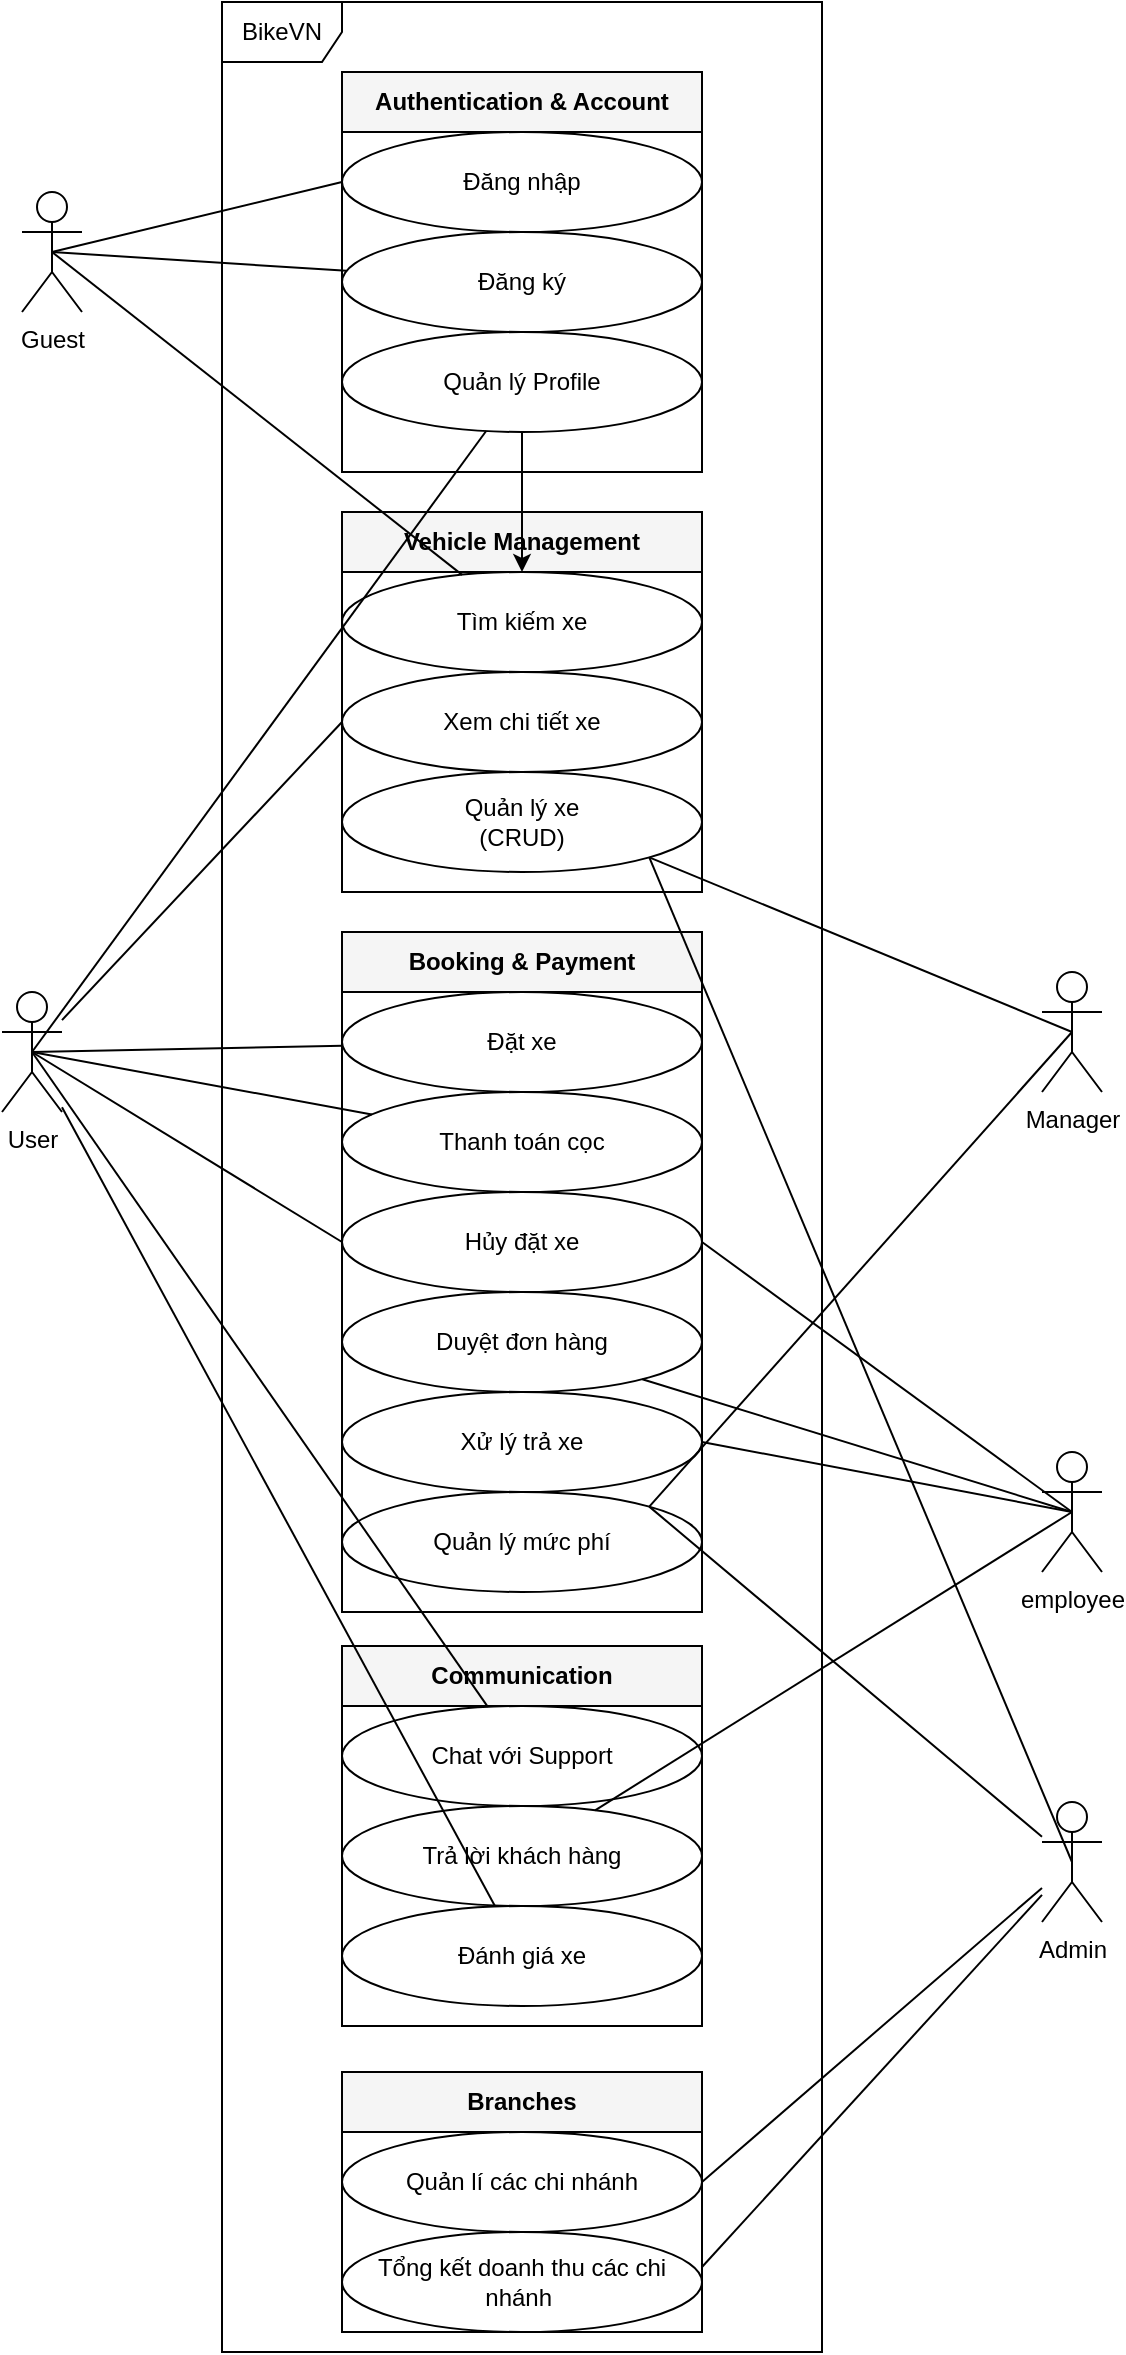
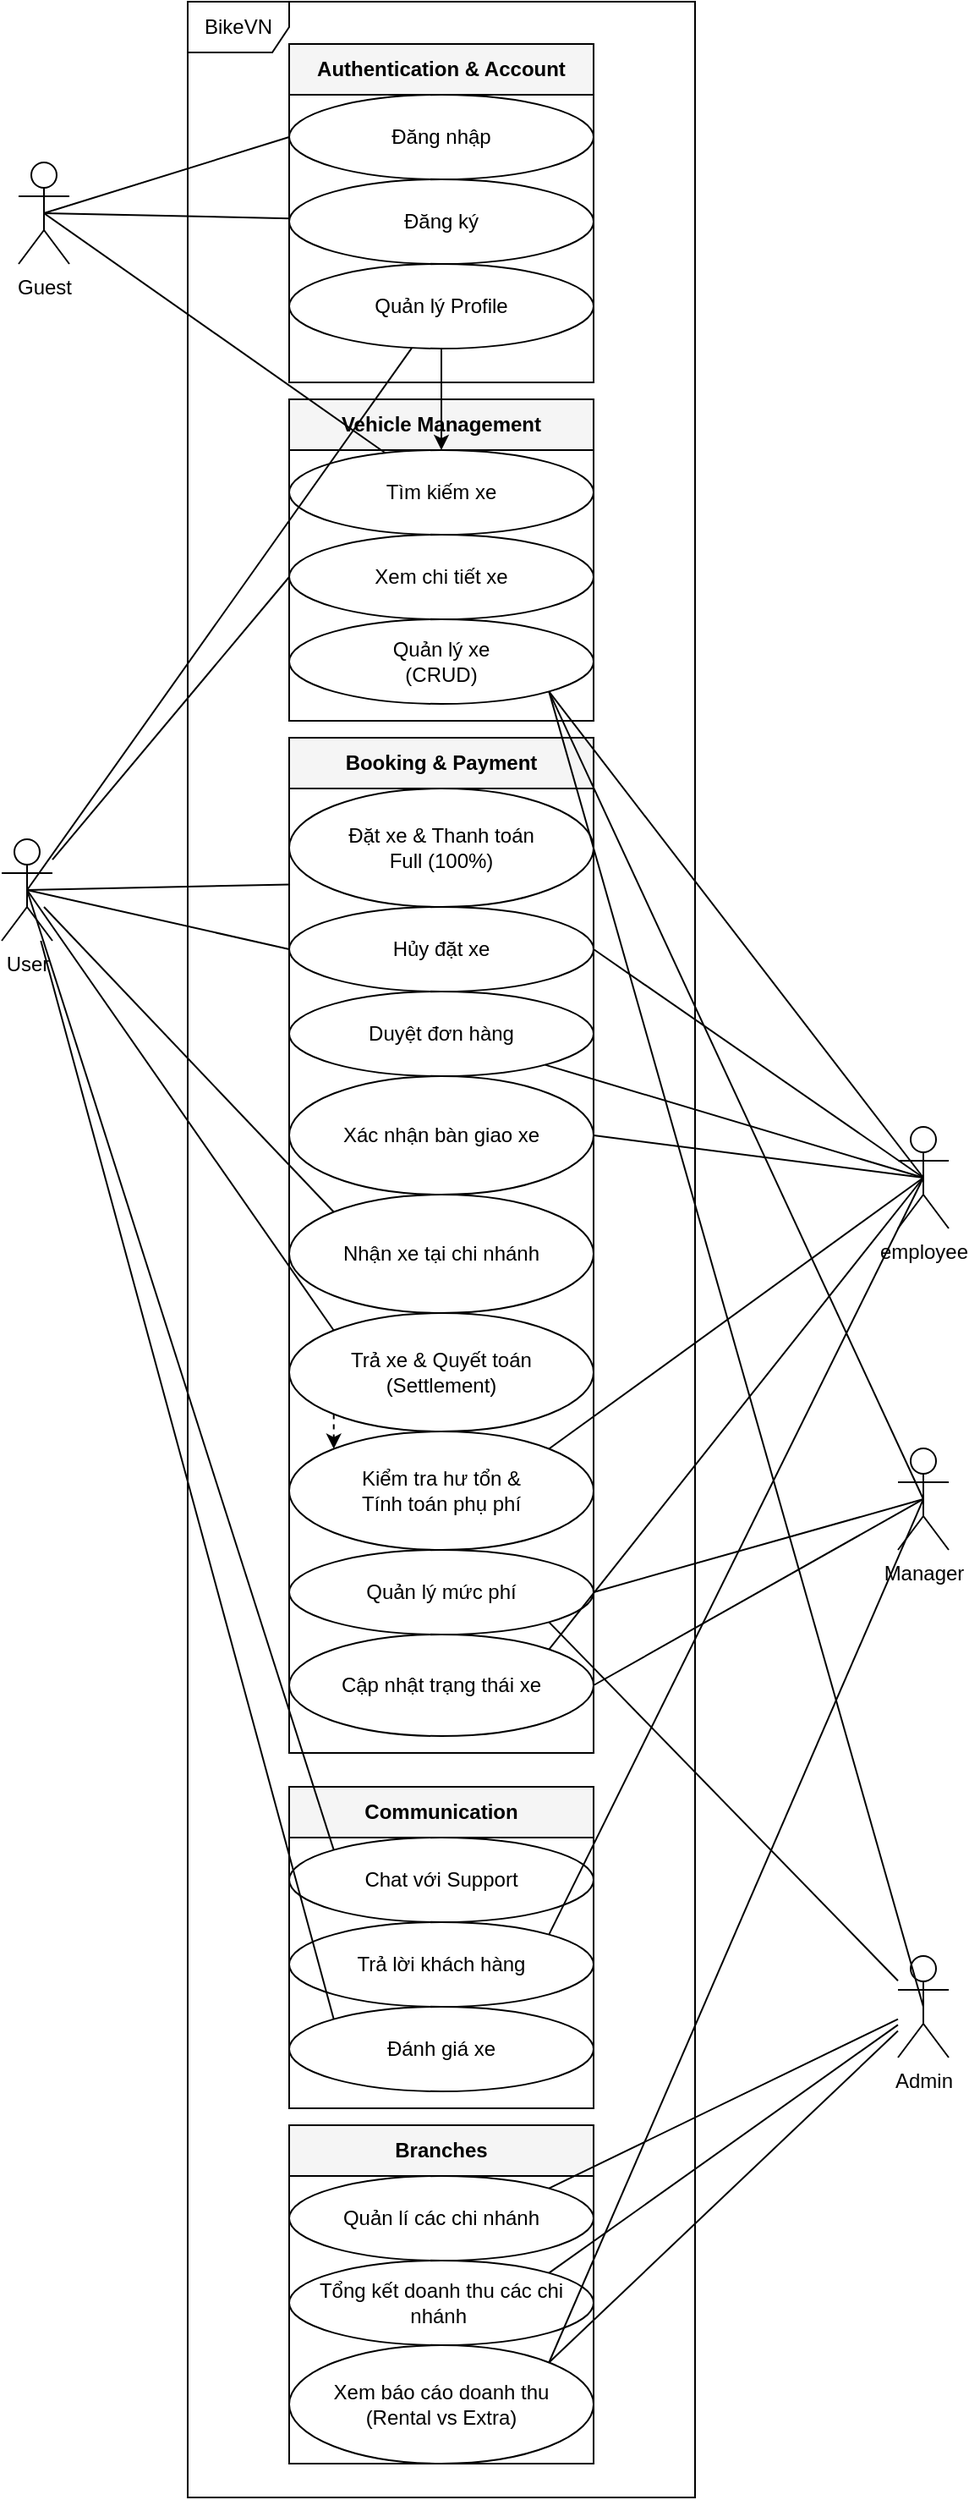
<mxfile host="app.diagrams.net">
  <diagram id="OoWhoR1UaOR4QzUF8jWs" name="Page-1">
    <mxGraphModel grid="1" page="1" gridSize="10" guides="1" tooltips="1" connect="1" arrows="1" fold="1" pageScale="1" pageWidth="1169" pageHeight="827" math="0" shadow="0">
      <root>
        <mxCell id="0" />
        <mxCell id="1" parent="0" />
        <mxCell id="guest" parent="1" style="shape=umlActor;verticalLabelPosition=bottom;verticalAlign=top;html=1;outlineConnect=0;" value="Guest" vertex="1">
          <mxGeometry height="60" width="30" x="50" y="100" as="geometry" />
        </mxCell>
        <mxCell id="user" parent="1" style="shape=umlActor;verticalLabelPosition=bottom;verticalAlign=top;html=1;outlineConnect=0;" value="User" vertex="1">
          <mxGeometry height="60" width="30" x="40" y="500" as="geometry" />
        </mxCell>
        <mxCell id="staff" parent="1" style="shape=umlActor;verticalLabelPosition=bottom;verticalAlign=top;html=1;outlineConnect=0;" value="employee" vertex="1">
-           <mxGeometry height="60" width="30" x="560" y="730" as="geometry" />
+           <mxGeometry height="60" width="30" x="570" y="670" as="geometry" />
        </mxCell>
        <mxCell id="manager" parent="1" style="shape=umlActor;verticalLabelPosition=bottom;verticalAlign=top;html=1;outlineConnect=0;" value="Manager" vertex="1">
-           <mxGeometry height="60" width="30" x="560" y="490" as="geometry" />
+           <mxGeometry height="60" width="30" x="570" y="860" as="geometry" />
        </mxCell>
        <mxCell id="admin" parent="1" style="shape=umlActor;verticalLabelPosition=bottom;verticalAlign=top;html=1;outlineConnect=0;" value="Admin" vertex="1">
-           <mxGeometry height="60" width="30" x="560" y="905" as="geometry" />
+           <mxGeometry height="60" width="30" x="570" y="1160" as="geometry" />
        </mxCell>
        <mxCell id="b_auth" parent="1" style="swimlane;whiteSpace=wrap;html=1;childLayout=stackLayout;horizontal=1;startSize=30;horizontalStack=0;collapsible=1;container=1;arcSize=10;fillColor=#f5f5f5;" value="Authentication &amp; Account" vertex="1">
-           <mxGeometry height="200" width="180" x="210" y="40" as="geometry" />
+           <mxGeometry height="200" width="180" x="210" y="30" as="geometry" />
        </mxCell>
        <mxCell id="uc_login" parent="b_auth" style="ellipse;whiteSpace=wrap;html=1;fillColor=#ffffff;strokeColor=#000000;" value="Đăng nhập" vertex="1">
          <mxGeometry height="50" width="180" y="30" as="geometry" />
        </mxCell>
        <mxCell id="uc_reg" parent="b_auth" style="ellipse;whiteSpace=wrap;html=1;fillColor=#ffffff;strokeColor=#000000;" value="Đăng ký" vertex="1">
          <mxGeometry height="50" width="180" y="80" as="geometry" />
        </mxCell>
        <mxCell id="uc_prof" parent="b_auth" style="ellipse;whiteSpace=wrap;html=1;fillColor=#ffffff;strokeColor=#000000;" value="Quản lý Profile" vertex="1">
          <mxGeometry height="50" width="180" y="130" as="geometry" />
        </mxCell>
        <mxCell id="b_veh" parent="1" style="swimlane;whiteSpace=wrap;html=1;childLayout=stackLayout;horizontal=1;startSize=30;horizontalStack=0;collapsible=1;container=1;arcSize=10;fillColor=#f5f5f5;" value="Vehicle Management" vertex="1">
-           <mxGeometry height="190" width="180" x="210" y="260" as="geometry" />
+           <mxGeometry height="190" width="180" x="210" y="240" as="geometry" />
        </mxCell>
        <mxCell id="uc_browse" parent="b_veh" style="ellipse;whiteSpace=wrap;html=1;fillColor=#ffffff;strokeColor=#000000;" value="Tìm kiếm xe" vertex="1">
          <mxGeometry height="50" width="180" y="30" as="geometry" />
        </mxCell>
        <mxCell id="uc_vdetails" parent="b_veh" style="ellipse;whiteSpace=wrap;html=1;fillColor=#ffffff;strokeColor=#000000;" value="Xem chi tiết xe" vertex="1">
          <mxGeometry height="50" width="180" y="80" as="geometry" />
        </mxCell>
        <mxCell id="uc_vmgmt" parent="b_veh" style="ellipse;whiteSpace=wrap;html=1;fillColor=#ffffff;strokeColor=#000000;" value="Quản lý xe&#xa;(CRUD)" vertex="1">
          <mxGeometry height="50" width="180" y="130" as="geometry" />
        </mxCell>
        <mxCell id="b_book" parent="1" style="swimlane;whiteSpace=wrap;html=1;childLayout=stackLayout;horizontal=1;startSize=30;horizontalStack=0;collapsible=1;container=1;arcSize=10;fillColor=#f5f5f5;" value="Booking &amp; Payment" vertex="1">
-           <mxGeometry height="340" width="180" x="210" y="470" as="geometry" />
-         </mxCell>
-         <mxCell id="uc_book" parent="b_book" style="ellipse;whiteSpace=wrap;html=1;fillColor=#ffffff;strokeColor=#000000;" value="Đặt xe" vertex="1">
-           <mxGeometry height="50" width="180" y="30" as="geometry" />
-         </mxCell>
-         <mxCell id="uc_pay" parent="b_book" style="ellipse;whiteSpace=wrap;html=1;fillColor=#ffffff;strokeColor=#000000;" value="Thanh toán cọc" vertex="1">
-           <mxGeometry height="50" width="180" y="80" as="geometry" />
+           <mxGeometry height="600" width="180" x="210" y="440" as="geometry" />
+         </mxCell>
+         <mxCell id="lnEYl_G1FUwEZDek9z6X-2" parent="b_book" style="ellipse;whiteSpace=wrap;html=1;" value="Đặt xe &amp; Thanh toán&#xa;Full (100%)" vertex="1">
+           <mxGeometry height="70" width="180" y="30" as="geometry" />
        </mxCell>
        <mxCell id="uc_cancel" parent="b_book" style="ellipse;whiteSpace=wrap;html=1;fillColor=#ffffff;strokeColor=#000000;" value="Hủy đặt xe" vertex="1">
-           <mxGeometry height="50" width="180" y="130" as="geometry" />
+           <mxGeometry height="50" width="180" y="100" as="geometry" />
        </mxCell>
        <mxCell id="uc_approve" parent="b_book" style="ellipse;whiteSpace=wrap;html=1;fillColor=#ffffff;strokeColor=#000000;" value="Duyệt đơn hàng" vertex="1">
-           <mxGeometry height="50" width="180" y="180" as="geometry" />
-         </mxCell>
-         <mxCell id="uc_return" parent="b_book" style="ellipse;whiteSpace=wrap;html=1;fillColor=#ffffff;strokeColor=#000000;" value="Xử lý trả xe" vertex="1">
-           <mxGeometry height="50" width="180" y="230" as="geometry" />
+           <mxGeometry height="50" width="180" y="150" as="geometry" />
+         </mxCell>
+         <mxCell id="lnEYl_G1FUwEZDek9z6X-9" parent="b_book" style="ellipse;whiteSpace=wrap;html=1;" value="Xác nhận bàn giao xe" vertex="1">
+           <mxGeometry height="70" width="180" y="200" as="geometry" />
+         </mxCell>
+         <mxCell id="lnEYl_G1FUwEZDek9z6X-3" parent="b_book" style="ellipse;whiteSpace=wrap;html=1;" value="Nhận xe tại chi nhánh" vertex="1">
+           <mxGeometry height="70" width="180" y="270" as="geometry" />
+         </mxCell>
+         <mxCell id="lnEYl_G1FUwEZDek9z6X-4" parent="b_book" style="ellipse;whiteSpace=wrap;html=1;" value="Trả xe &amp; Quyết toán&#xa;(Settlement)" vertex="1">
+           <mxGeometry height="70" width="180" y="340" as="geometry" />
+         </mxCell>
+         <mxCell id="lnEYl_G1FUwEZDek9z6X-6" parent="b_book" style="ellipse;whiteSpace=wrap;html=1;" value="Kiểm tra hư tổn &amp;&#xa;Tính toán phụ phí" vertex="1">
+           <mxGeometry height="70" width="180" y="410" as="geometry" />
        </mxCell>
        <mxCell id="uc_fee_mgmt" parent="b_book" style="ellipse;whiteSpace=wrap;html=1;fillColor=#ffffff;strokeColor=#000000;" value="Quản lý mức phí" vertex="1">
-           <mxGeometry height="50" width="180" y="280" as="geometry" />
+           <mxGeometry height="50" width="180" y="480" as="geometry" />
+         </mxCell>
+         <mxCell id="lnEYl_G1FUwEZDek9z6X-8" parent="b_book" style="ellipse;whiteSpace=wrap;html=1;" value="Cập nhật trạng thái xe" vertex="1">
+           <mxGeometry height="60" width="180" y="530" as="geometry" />
+         </mxCell>
+         <mxCell id="lnEYl_G1FUwEZDek9z6X-18" edge="1" parent="b_book" source="lnEYl_G1FUwEZDek9z6X-4" style="endArrow=classic;html=1;dashed=1;value=&lt;&lt;include&gt;&gt;;exitX=0;exitY=1;exitDx=0;exitDy=0;entryX=0;entryY=0;entryDx=0;entryDy=0;" target="lnEYl_G1FUwEZDek9z6X-6">
+           <mxGeometry relative="1" as="geometry">
+             <mxPoint x="40" y="410" as="sourcePoint" />
+             <mxPoint x="40" y="430" as="targetPoint" />
+           </mxGeometry>
        </mxCell>
        <mxCell id="b_comm" parent="1" style="swimlane;whiteSpace=wrap;html=1;childLayout=stackLayout;horizontal=1;startSize=30;horizontalStack=0;collapsible=1;container=1;arcSize=10;fillColor=#f5f5f5;" value="Communication" vertex="1">
-           <mxGeometry height="190" width="180" x="210" y="827" as="geometry" />
+           <mxGeometry height="190" width="180" x="210" y="1060" as="geometry" />
        </mxCell>
        <mxCell id="uc_chat" parent="b_comm" style="ellipse;whiteSpace=wrap;html=1;fillColor=#ffffff;strokeColor=#000000;" value="Chat với Support" vertex="1">
          <mxGeometry height="50" width="180" y="30" as="geometry" />
        </mxCell>
        <mxCell id="uc_reply" parent="b_comm" style="ellipse;whiteSpace=wrap;html=1;fillColor=#ffffff;strokeColor=#000000;" value="Trả lời khách hàng" vertex="1">
          <mxGeometry height="50" width="180" y="80" as="geometry" />
        </mxCell>
        <mxCell id="uc_rate" parent="b_comm" style="ellipse;whiteSpace=wrap;html=1;fillColor=#ffffff;strokeColor=#000000;" value="Đánh giá xe" vertex="1">
          <mxGeometry height="50" width="180" y="130" as="geometry" />
        </mxCell>
        <mxCell id="l1" edge="1" parent="1" source="guest" style="endArrow=none;html=1;rounded=0;exitX=0.5;exitY=0.5;exitDx=0;exitDy=0;exitPerimeter=0;entryX=0;entryY=0.5;entryDx=0;entryDy=0;" target="uc_login" value="">
          <mxGeometry relative="1" as="geometry" />
        </mxCell>
        <mxCell id="l2" edge="1" parent="1" source="guest" style="endArrow=none;html=1;rounded=0;exitX=0.5;exitY=0.5;exitDx=0;exitDy=0;exitPerimeter=0;" target="uc_reg" value="">
          <mxGeometry relative="1" as="geometry" />
        </mxCell>
        <mxCell id="l3" edge="1" parent="1" source="guest" style="endArrow=none;html=1;rounded=0;exitX=0.5;exitY=0.5;exitDx=0;exitDy=0;exitPerimeter=0;" target="uc_browse" value="">
          <mxGeometry relative="1" as="geometry" />
        </mxCell>
        <mxCell id="l4" edge="1" parent="1" source="user" style="endArrow=none;html=1;rounded=0;exitX=0.5;exitY=0.5;exitDx=0;exitDy=0;exitPerimeter=0;" target="uc_prof" value="">
          <mxGeometry relative="1" as="geometry" />
        </mxCell>
-         <mxCell id="l5" edge="1" parent="1" source="user" style="endArrow=none;html=1;rounded=0;exitX=0.5;exitY=0.5;exitDx=0;exitDy=0;exitPerimeter=0;" target="uc_book" value="">
-           <mxGeometry relative="1" as="geometry" />
-         </mxCell>
-         <mxCell id="l6" edge="1" parent="1" source="user" style="endArrow=none;html=1;rounded=0;exitX=0.5;exitY=0.5;exitDx=0;exitDy=0;exitPerimeter=0;" target="uc_pay" value="">
-           <mxGeometry relative="1" as="geometry" />
-         </mxCell>
-         <mxCell id="l7" edge="1" parent="1" source="user" style="endArrow=none;html=1;rounded=0;exitX=0.5;exitY=0.5;exitDx=0;exitDy=0;exitPerimeter=0;" target="uc_chat" value="">
-           <mxGeometry relative="1" as="geometry" />
-         </mxCell>
-         <mxCell id="l8" edge="1" parent="1" source="user" style="endArrow=none;html=1;rounded=0;" target="uc_rate" value="">
+         <mxCell id="l5" edge="1" parent="1" source="user" style="endArrow=none;html=1;rounded=0;exitX=0.5;exitY=0.5;exitDx=0;exitDy=0;exitPerimeter=0;" value="">
+           <mxGeometry relative="1" as="geometry">
+             <mxPoint x="210.2069026974782" y="526.6942093830662" as="targetPoint" />
+           </mxGeometry>
+         </mxCell>
+         <mxCell id="l7" edge="1" parent="1" source="user" style="endArrow=none;html=1;rounded=0;exitX=0.5;exitY=0.5;exitDx=0;exitDy=0;exitPerimeter=0;entryX=0;entryY=0;entryDx=0;entryDy=0;" target="uc_chat" value="">
+           <mxGeometry relative="1" as="geometry" />
+         </mxCell>
+         <mxCell id="l8" edge="1" parent="1" source="user" style="endArrow=none;html=1;rounded=0;entryX=0;entryY=0;entryDx=0;entryDy=0;" target="uc_rate" value="">
          <mxGeometry relative="1" as="geometry">
            <mxPoint x="75" y="540" as="sourcePoint" />
          </mxGeometry>
        </mxCell>
        <mxCell id="l9" edge="1" parent="1" source="staff" style="endArrow=none;html=1;rounded=0;exitX=0.5;exitY=0.5;exitDx=0;exitDy=0;exitPerimeter=0;" target="uc_approve" value="">
          <mxGeometry relative="1" as="geometry" />
        </mxCell>
-         <mxCell id="l10" edge="1" parent="1" source="staff" style="endArrow=none;html=1;rounded=0;exitX=0.5;exitY=0.5;exitDx=0;exitDy=0;exitPerimeter=0;entryX=1;entryY=0.5;entryDx=0;entryDy=0;" target="uc_return" value="">
-           <mxGeometry relative="1" as="geometry">
-             <mxPoint x="390" y="725" as="targetPoint" />
-           </mxGeometry>
-         </mxCell>
-         <mxCell id="l11" edge="1" parent="1" source="staff" style="endArrow=none;html=1;rounded=0;exitX=0.5;exitY=0.5;exitDx=0;exitDy=0;exitPerimeter=0;" target="uc_reply" value="">
+         <mxCell id="l10" edge="1" parent="1" source="staff" style="endArrow=none;html=1;rounded=0;exitX=0.5;exitY=0.5;exitDx=0;exitDy=0;exitPerimeter=0;entryX=1;entryY=0;entryDx=0;entryDy=0;" target="lnEYl_G1FUwEZDek9z6X-6" value="">
+           <mxGeometry relative="1" as="geometry">
+             <mxPoint x="390" y="765" as="targetPoint" />
+           </mxGeometry>
+         </mxCell>
+         <mxCell id="l11" edge="1" parent="1" source="staff" style="endArrow=none;html=1;rounded=0;exitX=0.5;exitY=0.5;exitDx=0;exitDy=0;exitPerimeter=0;entryX=1;entryY=0;entryDx=0;entryDy=0;" target="uc_reply" value="">
          <mxGeometry relative="1" as="geometry" />
        </mxCell>
        <mxCell id="l12" edge="1" parent="1" source="manager" style="endArrow=none;html=1;rounded=0;exitX=0.5;exitY=0.5;exitDx=0;exitDy=0;exitPerimeter=0;entryX=1;entryY=1;entryDx=0;entryDy=0;" target="uc_vmgmt" value="">
          <mxGeometry relative="1" as="geometry" />
        </mxCell>
-         <mxCell id="l13" edge="1" parent="1" source="manager" style="endArrow=none;html=1;rounded=0;exitX=0.5;exitY=0.5;exitDx=0;exitDy=0;exitPerimeter=0;entryX=1;entryY=0;entryDx=0;entryDy=0;" target="uc_fee_mgmt" value="">
+         <mxCell id="l13" edge="1" parent="1" source="manager" style="endArrow=none;html=1;rounded=0;exitX=0.5;exitY=0.5;exitDx=0;exitDy=0;exitPerimeter=0;entryX=1;entryY=0.5;entryDx=0;entryDy=0;" target="uc_fee_mgmt" value="">
          <mxGeometry relative="1" as="geometry" />
        </mxCell>
        <mxCell id="l14" edge="1" parent="1" source="admin" style="endArrow=none;html=1;rounded=0;exitX=0.5;exitY=0.5;exitDx=0;exitDy=0;exitPerimeter=0;entryX=1;entryY=1;entryDx=0;entryDy=0;" target="uc_vmgmt" value="">
          <mxGeometry relative="1" as="geometry" />
        </mxCell>
-         <mxCell id="l15" edge="1" parent="1" source="admin" style="endArrow=none;html=1;rounded=0;entryX=1;entryY=0;entryDx=0;entryDy=0;" target="uc_fee_mgmt" value="">
+         <mxCell id="l15" edge="1" parent="1" source="admin" style="endArrow=none;html=1;rounded=0;entryX=1;entryY=1;entryDx=0;entryDy=0;" target="uc_fee_mgmt" value="">
          <mxGeometry relative="1" as="geometry">
            <mxPoint x="560" y="650" as="sourcePoint" />
+             <mxPoint x="365" y="962" as="targetPoint" />
          </mxGeometry>
        </mxCell>
        <mxCell id="Ycp8NjLlQ6vdaYdLPEv7-3" edge="1" parent="1" source="user" style="endArrow=none;html=1;rounded=0;entryX=0;entryY=0.5;entryDx=0;entryDy=0;" target="uc_vdetails" value="">
          <mxGeometry relative="1" as="geometry">
            <mxPoint x="60" y="530" as="sourcePoint" />
            <mxPoint x="293" y="230" as="targetPoint" />
          </mxGeometry>
        </mxCell>
        <mxCell id="Ycp8NjLlQ6vdaYdLPEv7-4" edge="1" parent="1" source="uc_prof" style="edgeStyle=orthogonalEdgeStyle;rounded=0;orthogonalLoop=1;jettySize=auto;html=1;" target="uc_browse" value="">
          <mxGeometry relative="1" as="geometry" />
        </mxCell>
        <mxCell id="Ycp8NjLlQ6vdaYdLPEv7-5" edge="1" parent="1" source="user" style="endArrow=none;html=1;rounded=0;exitX=0.5;exitY=0.5;exitDx=0;exitDy=0;exitPerimeter=0;entryX=0;entryY=0.5;entryDx=0;entryDy=0;" target="uc_cancel" value="">
          <mxGeometry relative="1" as="geometry">
            <mxPoint x="75" y="540" as="sourcePoint" />
            <mxPoint x="236" y="571" as="targetPoint" />
          </mxGeometry>
        </mxCell>
        <mxCell id="Ycp8NjLlQ6vdaYdLPEv7-6" edge="1" parent="1" source="staff" style="endArrow=none;html=1;rounded=0;exitX=0.5;exitY=0.5;exitDx=0;exitDy=0;exitPerimeter=0;entryX=1;entryY=0.5;entryDx=0;entryDy=0;" target="uc_cancel" value="">
          <mxGeometry relative="1" as="geometry">
            <mxPoint x="580" y="770" as="sourcePoint" />
            <mxPoint x="370" y="704" as="targetPoint" />
          </mxGeometry>
        </mxCell>
        <mxCell id="Ycp8NjLlQ6vdaYdLPEv7-9" parent="1" style="shape=umlFrame;whiteSpace=wrap;html=1;pointerEvents=0;" value="BikeVN" vertex="1">
-           <mxGeometry height="1175" width="300" x="150" y="5" as="geometry" />
+           <mxGeometry height="1475" width="300" x="150" y="5" as="geometry" />
        </mxCell>
        <mxCell id="Ycp8NjLlQ6vdaYdLPEv7-10" parent="1" style="swimlane;whiteSpace=wrap;html=1;childLayout=stackLayout;horizontal=1;startSize=30;horizontalStack=0;collapsible=1;container=1;arcSize=10;fillColor=#f5f5f5;" value="Branches" vertex="1">
-           <mxGeometry height="130" width="180" x="210" y="1040" as="geometry" />
+           <mxGeometry height="200" width="180" x="210" y="1260" as="geometry" />
        </mxCell>
        <mxCell id="Ycp8NjLlQ6vdaYdLPEv7-11" parent="Ycp8NjLlQ6vdaYdLPEv7-10" style="ellipse;whiteSpace=wrap;html=1;fillColor=#ffffff;strokeColor=#000000;" value="Quản lí các chi nhánh" vertex="1">
          <mxGeometry height="50" width="180" y="30" as="geometry" />
        </mxCell>
        <mxCell id="Ycp8NjLlQ6vdaYdLPEv7-14" parent="Ycp8NjLlQ6vdaYdLPEv7-10" style="ellipse;whiteSpace=wrap;html=1;fillColor=#ffffff;strokeColor=#000000;" value="Tổng kết doanh thu các chi nhánh&amp;nbsp;" vertex="1">
          <mxGeometry height="50" width="180" y="80" as="geometry" />
        </mxCell>
-         <mxCell id="Ycp8NjLlQ6vdaYdLPEv7-16" edge="1" parent="1" source="admin" style="endArrow=none;html=1;rounded=0;entryX=1;entryY=0.5;entryDx=0;entryDy=0;" target="Ycp8NjLlQ6vdaYdLPEv7-11" value="">
+         <mxCell id="lnEYl_G1FUwEZDek9z6X-10" parent="Ycp8NjLlQ6vdaYdLPEv7-10" style="ellipse;whiteSpace=wrap;html=1;" value="Xem báo cáo doanh thu&#xa;(Rental vs Extra)" vertex="1">
+           <mxGeometry height="70" width="180" y="130" as="geometry" />
+         </mxCell>
+         <mxCell id="Ycp8NjLlQ6vdaYdLPEv7-16" edge="1" parent="1" source="admin" style="endArrow=none;html=1;rounded=0;entryX=1;entryY=0;entryDx=0;entryDy=0;" target="Ycp8NjLlQ6vdaYdLPEv7-11" value="">
          <mxGeometry relative="1" as="geometry">
            <mxPoint x="570" y="932" as="sourcePoint" />
            <mxPoint x="374" y="767" as="targetPoint" />
          </mxGeometry>
        </mxCell>
-         <mxCell id="Ycp8NjLlQ6vdaYdLPEv7-17" edge="1" parent="1" source="admin" style="endArrow=none;html=1;rounded=0;entryX=1;entryY=0.75;entryDx=0;entryDy=0;" target="Ycp8NjLlQ6vdaYdLPEv7-10" value="">
+         <mxCell id="Ycp8NjLlQ6vdaYdLPEv7-17" edge="1" parent="1" source="admin" style="endArrow=none;html=1;rounded=0;entryX=1;entryY=0;entryDx=0;entryDy=0;" target="lnEYl_G1FUwEZDek9z6X-10" value="">
          <mxGeometry relative="1" as="geometry">
            <mxPoint x="570" y="958" as="sourcePoint" />
            <mxPoint x="400" y="1105" as="targetPoint" />
+           </mxGeometry>
+         </mxCell>
+         <mxCell id="lnEYl_G1FUwEZDek9z6X-5" edge="1" parent="1" style="endArrow=none;html=1;rounded=0;exitX=0.5;exitY=0.5;exitDx=0;exitDy=0;exitPerimeter=0;entryX=0;entryY=0;entryDx=0;entryDy=0;" target="lnEYl_G1FUwEZDek9z6X-3" value="">
+           <mxGeometry relative="1" as="geometry">
+             <mxPoint x="65" y="540" as="sourcePoint" />
+             <mxPoint x="220" y="605" as="targetPoint" />
+           </mxGeometry>
+         </mxCell>
+         <mxCell id="lnEYl_G1FUwEZDek9z6X-7" edge="1" parent="1" source="user" style="endArrow=none;html=1;rounded=0;entryX=0;entryY=0;entryDx=0;entryDy=0;exitX=0.5;exitY=0.5;exitDx=0;exitDy=0;exitPerimeter=0;" target="lnEYl_G1FUwEZDek9z6X-4" value="">
+           <mxGeometry relative="1" as="geometry">
+             <mxPoint x="75" y="560" as="sourcePoint" />
+             <mxPoint x="246" y="691" as="targetPoint" />
+           </mxGeometry>
+         </mxCell>
+         <mxCell id="lnEYl_G1FUwEZDek9z6X-11" edge="1" parent="1" source="admin" style="endArrow=none;html=1;rounded=0;entryX=1;entryY=0;entryDx=0;entryDy=0;" target="Ycp8NjLlQ6vdaYdLPEv7-14" value="">
+           <mxGeometry relative="1" as="geometry">
+             <mxPoint x="570" y="973" as="sourcePoint" />
+             <mxPoint x="364" y="1351" as="targetPoint" />
+           </mxGeometry>
+         </mxCell>
+         <mxCell id="lnEYl_G1FUwEZDek9z6X-12" edge="1" parent="1" source="manager" style="endArrow=none;html=1;rounded=0;exitX=0.5;exitY=0.5;exitDx=0;exitDy=0;exitPerimeter=0;entryX=1;entryY=0;entryDx=0;entryDy=0;" target="lnEYl_G1FUwEZDek9z6X-10" value="">
+           <mxGeometry relative="1" as="geometry">
+             <mxPoint x="595" y="610" as="sourcePoint" />
+             <mxPoint x="374" y="897" as="targetPoint" />
+           </mxGeometry>
+         </mxCell>
+         <mxCell id="lnEYl_G1FUwEZDek9z6X-15" edge="1" parent="1" source="staff" style="endArrow=none;html=1;rounded=0;exitX=0.5;exitY=0.5;exitDx=0;exitDy=0;exitPerimeter=0;entryX=1;entryY=0.5;entryDx=0;entryDy=0;" target="lnEYl_G1FUwEZDek9z6X-9" value="">
+           <mxGeometry relative="1" as="geometry">
+             <mxPoint x="595" y="710" as="sourcePoint" />
+             <mxPoint x="371" y="643" as="targetPoint" />
+           </mxGeometry>
+         </mxCell>
+         <mxCell id="lnEYl_G1FUwEZDek9z6X-16" edge="1" parent="1" source="staff" style="endArrow=none;html=1;rounded=0;exitX=0.5;exitY=0.5;exitDx=0;exitDy=0;exitPerimeter=0;entryX=1;entryY=0;entryDx=0;entryDy=0;" target="lnEYl_G1FUwEZDek9z6X-8" value="">
+           <mxGeometry relative="1" as="geometry">
+             <mxPoint x="595" y="710" as="sourcePoint" />
+             <mxPoint x="374" y="870" as="targetPoint" />
+           </mxGeometry>
+         </mxCell>
+         <mxCell id="lnEYl_G1FUwEZDek9z6X-17" edge="1" parent="1" source="manager" style="endArrow=none;html=1;rounded=0;exitX=0.5;exitY=0.5;exitDx=0;exitDy=0;exitPerimeter=0;entryX=1;entryY=0.5;entryDx=0;entryDy=0;" target="lnEYl_G1FUwEZDek9z6X-8" value="">
+           <mxGeometry relative="1" as="geometry">
+             <mxPoint x="595" y="900" as="sourcePoint" />
+             <mxPoint x="400" y="955" as="targetPoint" />
+           </mxGeometry>
+         </mxCell>
+         <mxCell id="WtifhRwEM0GrQKnXIG5_-1" edge="1" parent="1" source="staff" style="endArrow=none;html=1;rounded=0;exitX=0.5;exitY=0.5;exitDx=0;exitDy=0;exitPerimeter=0;entryX=1;entryY=1;entryDx=0;entryDy=0;" target="uc_vmgmt" value="">
+           <mxGeometry relative="1" as="geometry">
+             <mxPoint x="595" y="710" as="sourcePoint" />
+             <mxPoint x="400" y="575" as="targetPoint" />
          </mxGeometry>
        </mxCell>
      </root>
    </mxGraphModel>
  </diagram>
</mxfile>
